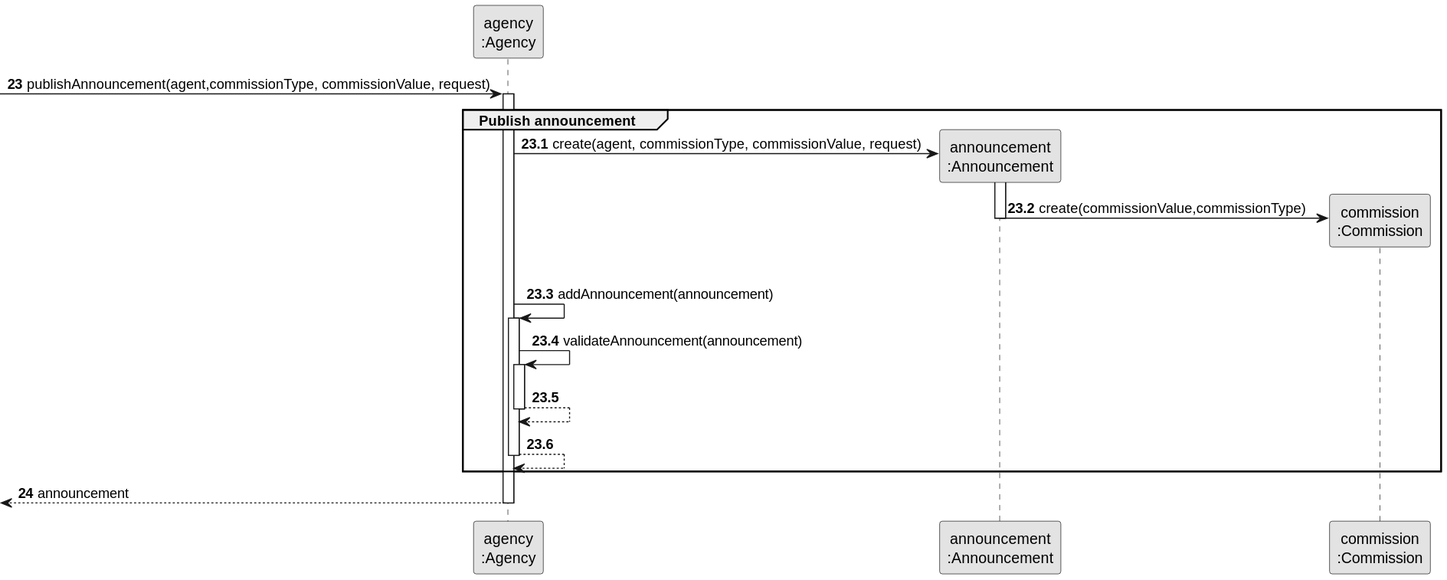
The PlantUML diagram docs/sprintD/us002/03.design/svg/us002-sequence-diagram-partial-publish-announcement.svg in rita-barbosa/LAPR2-2223, before a commit. The source it was exported from:
```plantuml
@startuml
skinparam monochrome true
skinparam packageStyle rectangle
skinparam shadowing false

participant "agency\n:Agency" as AGENCY
participant "announcement\n:Announcement" as AD
participant "commission\n:Commission" as COMMISSION

autonumber 23

             -> AGENCY : publishAnnouncement(agent,commissionType, commissionValue, request)
             activate AGENCY

autonumber 23.1

    group Publish announcement


                AGENCY -> AD**: create(agent, commissionType, commissionValue, request)
                activate AD

                AD -> COMMISSION** : create(commissionValue,commissionType)

                |||
                deactivate AD

                AGENCY -> AGENCY: addAnnouncement(announcement)

                activate AGENCY
                    AGENCY -> AGENCY: validateAnnouncement(announcement)
                    activate AGENCY
                        AGENCY --> AGENCY
                    deactivate AGENCY

                    AGENCY --> AGENCY

            deactivate  AGENCY
    end

autonumber 24

    <-- AGENCY : announcement
    deactivate AGENCY
@enduml
```
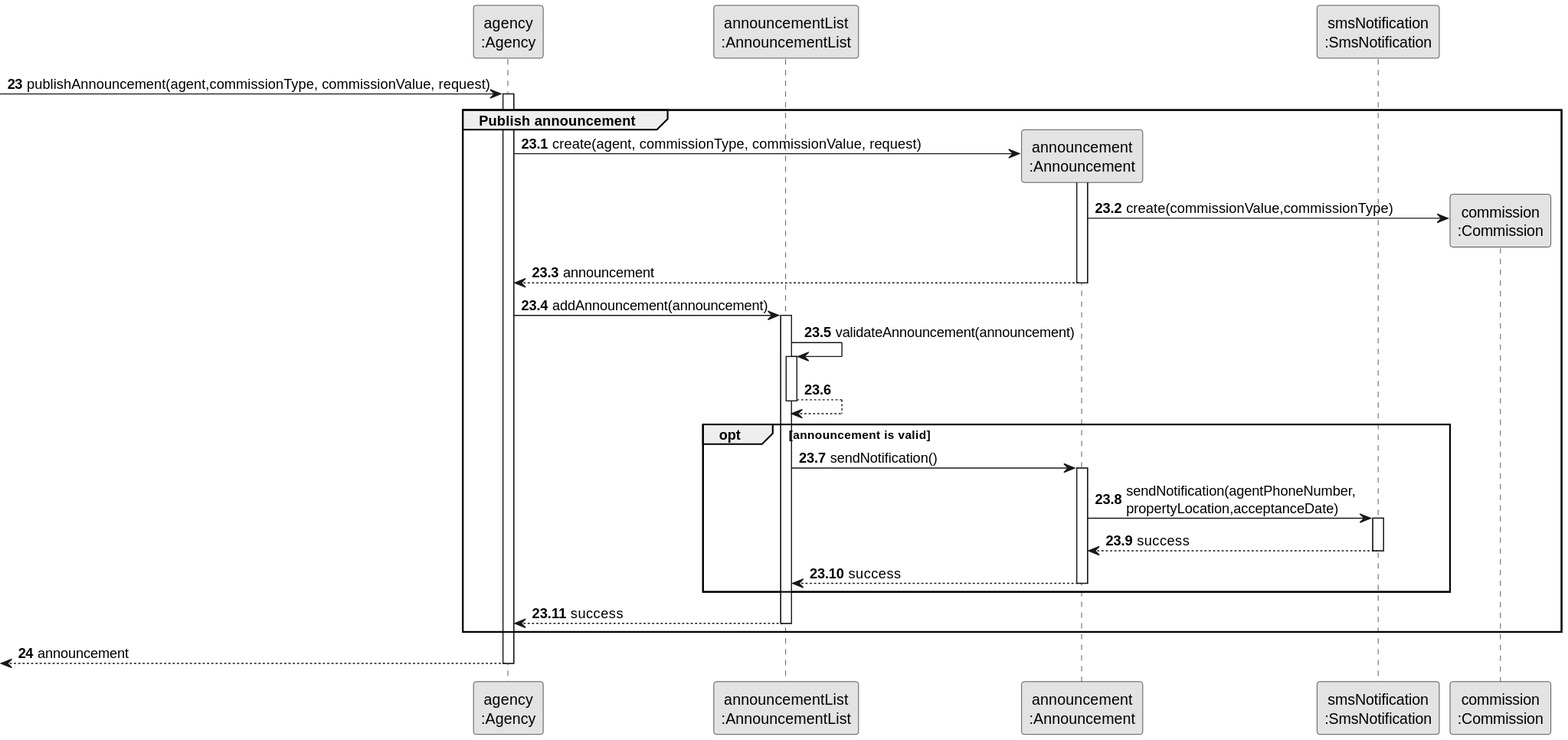
The same diagram one commit later.

Commit message:
Update sequence & class diagram: changes caused by the use of protected variation [US002][Design]

The edit, as a diff of the source:
```diff
@@ -4,7 +4,9 @@
 skinparam shadowing false
 
 participant "agency\n:Agency" as AGENCY
+participant "announcementList\n:AnnouncementList" as ADList
 participant "announcement\n:Announcement" as AD
+participant "smsNotification\n:SmsNotification" as SMSNOT
 participant "commission\n:Commission" as COMMISSION
 
 autonumber 23
@@ -22,20 +24,34 @@
 
                 AD -> COMMISSION** : create(commissionValue,commissionType)
 
-                |||
+                AD --> AGENCY : announcement
                 deactivate AD
 
-                AGENCY -> AGENCY: addAnnouncement(announcement)
+                AGENCY -> ADList: addAnnouncement(announcement)
+                activate ADList
 
-                activate AGENCY
-                    AGENCY -> AGENCY: validateAnnouncement(announcement)
-                    activate AGENCY
-                        AGENCY --> AGENCY
-                    deactivate AGENCY
+                ADList -> ADList: validateAnnouncement(announcement)
+                activate ADList
 
-                    AGENCY --> AGENCY
+                ADList --> ADList
+                deactivate ADList
 
-            deactivate  AGENCY
+                opt  announcement is valid
+                ADList -> AD : sendNotification()
+                activate AD
+
+                AD -> SMSNOT : sendNotification(agentPhoneNumber, \npropertyLocation,acceptanceDate)
+                activate SMSNOT
+
+                SMSNOT --> AD: success
+                deactivate SMSNOT
+
+                AD --> ADList : success
+                deactivate AD
+                end opt
+
+                ADList --> AGENCY : success
+                deactivate  ADList
     end
 
 autonumber 24
```
